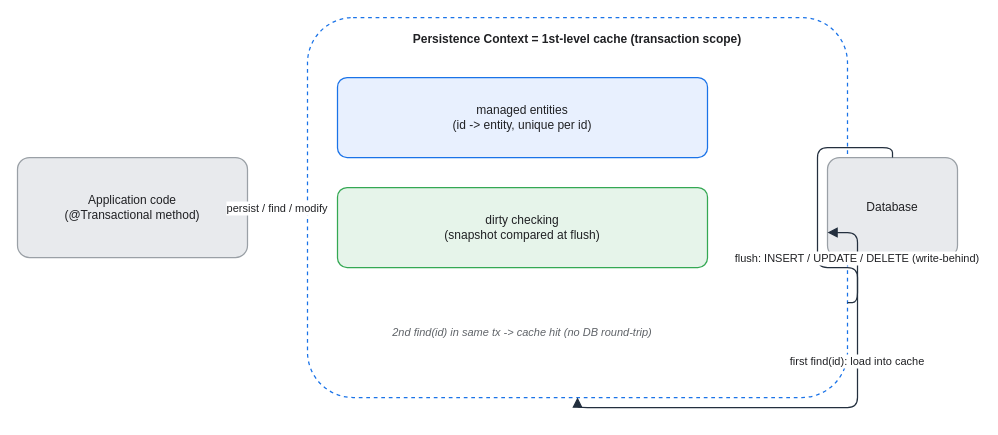
Before: assets/img/spring/spring-15-persistence-context.drawio in KKamJi98/kkamji98.github.io, a draw.io diagram. Source tidied: cells renumbered, new cells numbered last; positions are measured from the earlier drawing's top-left corner, leaving out a move shared by most shapes. Both pictures are drawn from the tidied source at 100%, with x=0, y=0 at pixel (17, 17).
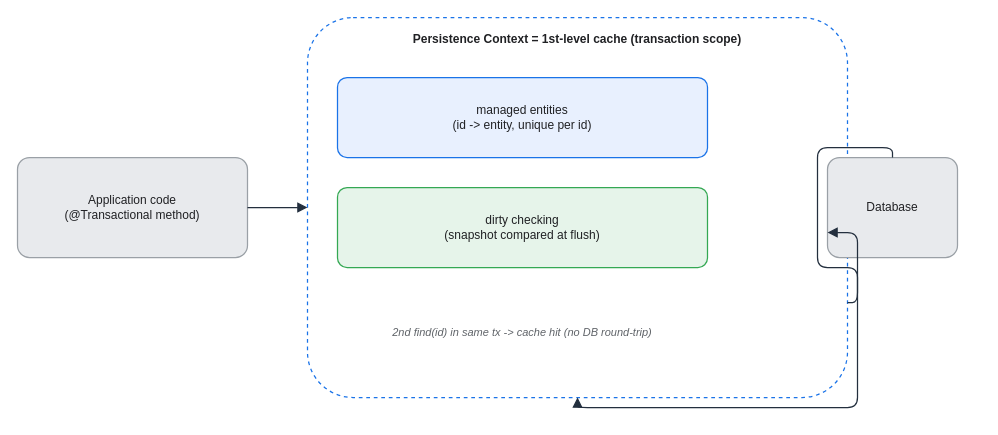
The same diagram, later.

What changed in the source:
```diff
@@
 <mxGraphModel background="#FFFFFF">
   <root>
     <mxCell id="0" />
     <mxCell id="1" parent="0" />
     <mxCell id="2" value="Application code&#10;(@Transactional method)" style="rounded=1;whiteSpace=wrap;html=0;arcSize=12;shadow=0;fillColor=#E8EAED;strokeColor=#9AA0A6;fontColor=#202124;strokeWidth=1.25;" parent="1" vertex="1">
       <mxGeometry y="140" width="230" height="100" as="geometry" />
     </mxCell>
     <mxCell id="3" value="Persistence Context = 1st-level cache (transaction scope)" style="rounded=1;whiteSpace=wrap;html=0;arcSize=12;shadow=0;fillColor=#FFFFFF;strokeColor=#1A73E8;fontColor=#202124;fontStyle=1;verticalAlign=top;align=center;dashed=1;spacingTop=8;strokeWidth=1.25;" parent="1" vertex="1">
       <mxGeometry x="290" width="540" height="380" as="geometry" />
     </mxCell>
     <mxCell id="4" value="managed entities&#10;(id -&gt; entity, unique per id)" style="rounded=1;whiteSpace=wrap;html=0;arcSize=12;shadow=0;fillColor=#E8F0FE;strokeColor=#1A73E8;fontColor=#202124;strokeWidth=1.25;" parent="1" vertex="1">
       <mxGeometry x="320" y="60" width="370" height="80" as="geometry" />
     </mxCell>
     <mxCell id="5" value="dirty checking&#10;(snapshot compared at flush)" style="rounded=1;whiteSpace=wrap;html=0;arcSize=12;shadow=0;fillColor=#E6F4EA;strokeColor=#34A853;fontColor=#202124;strokeWidth=1.25;" parent="1" vertex="1">
       <mxGeometry x="320" y="170" width="370" height="80" as="geometry" />
     </mxCell>
     <mxCell id="6" value="2nd find(id) in same tx -&gt; cache hit (no DB round-trip)" style="text;html=0;align=center;verticalAlign=middle;whiteSpace=wrap;fontSize=11;fontColor=#5F6368;fontStyle=2;" parent="1" vertex="1">
       <mxGeometry x="320" y="290" width="370" height="50" as="geometry" />
     </mxCell>
     <mxCell id="7" value="Database" style="rounded=1;whiteSpace=wrap;html=0;arcSize=12;shadow=0;fillColor=#E8EAED;strokeColor=#9AA0A6;fontColor=#202124;strokeWidth=1.25;" parent="1" vertex="1">
       <mxGeometry x="810" y="140" width="130" height="100" as="geometry" />
     </mxCell>
-    <mxCell id="8" value="persist / find / modify" style="edgeStyle=orthogonalEdgeStyle;rounded=1;html=0;endArrow=block;strokeColor=#232F3E;fontColor=#202124;labelBackgroundColor=#FFFFFF;strokeWidth=1.25;endSize=7;" parent="1" edge="1" source="2" target="3">
+    <mxCell id="8" style="edgeStyle=orthogonalEdgeStyle;rounded=1;html=0;endArrow=block;strokeColor=#232F3E;fontColor=#202124;labelBackgroundColor=none;strokeWidth=1.25;endSize=7;" parent="1" edge="1" source="2" target="3">
       <mxGeometry relative="1" as="geometry" />
     </mxCell>
-    <mxCell id="9" value="first find(id): load into cache" style="edgeStyle=orthogonalEdgeStyle;rounded=1;html=0;endArrow=block;strokeColor=#232F3E;fontColor=#202124;labelBackgroundColor=#FFFFFF;strokeWidth=1.25;endSize=7;" parent="1" edge="1" source="7" target="3">
+    <mxCell id="9" style="edgeStyle=orthogonalEdgeStyle;rounded=1;html=0;endArrow=block;strokeColor=#232F3E;fontColor=#202124;labelBackgroundColor=none;strokeWidth=1.25;endSize=7;" parent="1" edge="1" source="7" target="3">
       <mxGeometry relative="1" as="geometry" />
     </mxCell>
-    <mxCell id="10" value="flush: INSERT / UPDATE / DELETE (write-behind)" style="edgeStyle=orthogonalEdgeStyle;rounded=1;html=0;endArrow=block;strokeColor=#232F3E;fontColor=#202124;labelBackgroundColor=#FFFFFF;exitX=1;exitY=0.75;exitDx=0;exitDy=0;entryX=0;entryY=0.75;entryDx=0;entryDy=0;strokeWidth=1.25;endSize=7;" parent="1" edge="1" source="3" target="7">
+    <mxCell id="10" style="edgeStyle=orthogonalEdgeStyle;rounded=1;html=0;endArrow=block;strokeColor=#232F3E;fontColor=#202124;labelBackgroundColor=none;exitX=1;exitY=0.75;exitDx=0;exitDy=0;entryX=0;entryY=0.75;entryDx=0;entryDy=0;strokeWidth=1.25;endSize=7;" parent="1" edge="1" source="3" target="7">
       <mxGeometry relative="1" as="geometry" />
     </mxCell>
   </root>
 </mxGraphModel>
```
